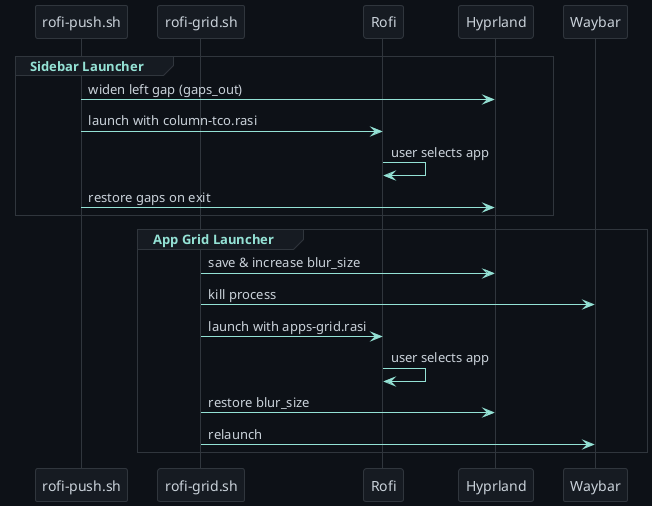
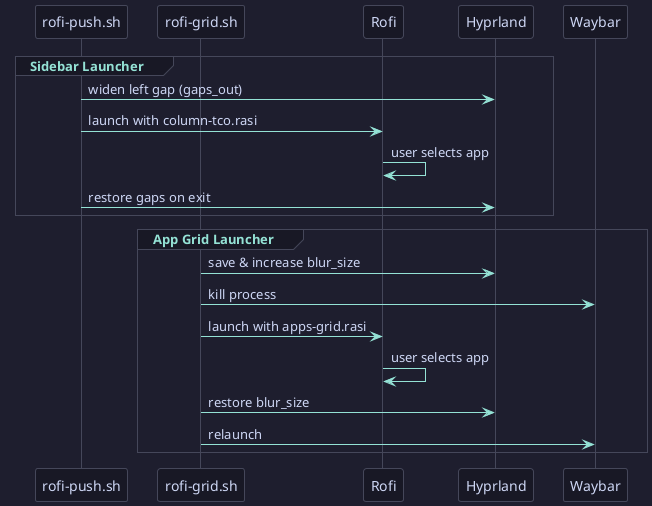
@startuml rofi-launcher-flow
!theme plain
- skinparam backgroundColor #0d1117
- skinparam defaultFontColor #c9d1d9
+ skinparam backgroundColor #1e1e2e
+ skinparam defaultFontColor #cdd6f4
skinparam shadowing false

skinparam participant {
-   BackgroundColor #161b22
-   BorderColor #30363d
-   FontColor #c9d1d9
+   BackgroundColor #181825
+   BorderColor #45475a
+   FontColor #cdd6f4
}

skinparam sequenceArrowColor #94e2d5
- skinparam sequenceLifeLineBorderColor #30363d
- skinparam sequenceLifeLineBackgroundColor #161b22
- skinparam sequenceGroupBackgroundColor #161b22
- skinparam sequenceGroupBorderColor #30363d
+ skinparam sequenceLifeLineBorderColor #45475a
+ skinparam sequenceLifeLineBackgroundColor #181825
+ skinparam sequenceGroupBackgroundColor #181825
+ skinparam sequenceGroupBorderColor #45475a
skinparam sequenceGroupFontColor #94e2d5
skinparam sequenceGroupHeaderFontColor #94e2d5
- skinparam sequenceGroupBodyBackgroundColor #0d1117
- skinparam sequenceDividerBackgroundColor #161b22
- skinparam sequenceDividerBorderColor #30363d
+ skinparam sequenceGroupBodyBackgroundColor #1e1e2e
+ skinparam sequenceDividerBackgroundColor #181825
+ skinparam sequenceDividerBorderColor #45475a
skinparam sequenceDividerFontColor #94e2d5
- skinparam sequenceBoxBackgroundColor #0d1117
- skinparam sequenceBoxBorderColor #30363d
+ skinparam sequenceBoxBackgroundColor #1e1e2e
+ skinparam sequenceBoxBorderColor #45475a

participant "rofi-push.sh" as Push
participant "rofi-grid.sh" as Grid
participant "Rofi" as Rofi
participant "Hyprland" as Hypr
participant "Waybar" as Waybar

group Sidebar Launcher
  Push -> Hypr : widen left gap (gaps_out)
  Push -> Rofi : launch with column-tco.rasi
  Rofi -> Rofi : user selects app
  Push -> Hypr : restore gaps on exit
end

group App Grid Launcher
  Grid -> Hypr : save & increase blur_size
  Grid -> Waybar : kill process
  Grid -> Rofi : launch with apps-grid.rasi
  Rofi -> Rofi : user selects app
  Grid -> Hypr : restore blur_size
  Grid -> Waybar : relaunch
end

@enduml
